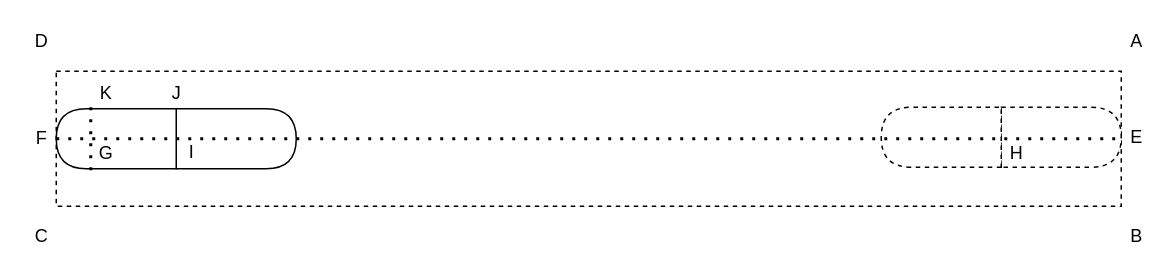
The draw.io diagram 未命名.drawio in xintanggithub/TextSeekBar, before the edit. Source tidied: cells renumbered, new cells numbered last; positions are measured from the earlier drawing's top-left corner, leaving out a move shared by most shapes. Both pictures are drawn from the tidied source at 150%, with x=0, y=0 at pixel (26, 26).
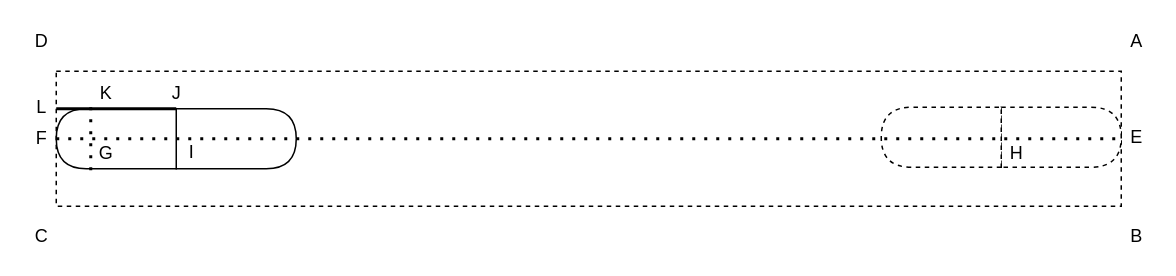
After the change.

The change refers to these unchanged cells:
```xml
<mxCell id="4" style="shape=delay;whiteSpace=wrap;html=1;rotation=-180;" parent="1" vertex="1">
  <mxGeometry x="20" y="55" width="80" height="40" as="geometry" />
</mxCell>
```

Change to the diagram source:
```diff
@@
+    <mxCell id="20" style="endArrow=none;html=1;strokeWidth=2;exitX=1;exitY=1;exitDx=0;exitDy=0;entryX=0;entryY=1;entryDx=0;entryDy=0;" parent="1" edge="1" source="4" target="4">
+      <mxGeometry relative="1" as="geometry" />
+    </mxCell>
+    <mxCell id="21" value="L" style="text;html=1;align=center;verticalAlign=middle;" parent="1" vertex="1">
+      <mxGeometry y="44" width="20" height="20" as="geometry" />
+    </mxCell>
```
